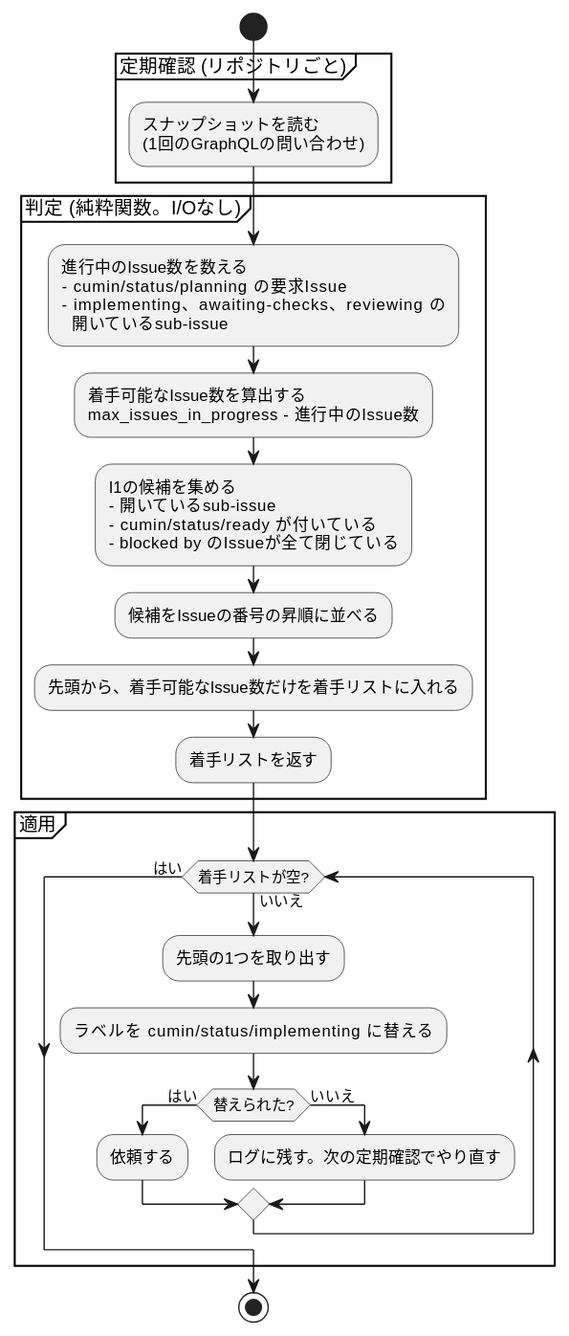
cloveclovedev/cumin-works keeps this PlantUML diagram as docs/ja/designs/poll-decide.svg. Above is the earlier version. Source of this version:
```plantuml
@startuml
skinparam shadowing false
skinparam defaultFontName sans-serif

start
partition "定期確認 (リポジトリごと)" {
  :スナップショットを読む
  (1回のGraphQLの問い合わせ);
}
partition "判定 (純粋関数。I/Oなし)" {
  :進行中のIssue数を数える
  - cumin/status/planning の要求Issue
  - implementing、awaiting-checks、reviewing の
    開いているsub-issue;
  :着手可能なIssue数を算出する
  max_issues_in_progress - 進行中のIssue数;
  :I1の候補を集める
  - 開いているsub-issue
  - cumin/status/ready が付いている
  - blocked by のIssueが全て閉じている;
  :候補をIssueの番号の昇順に並べる;
  :先頭から、着手可能なIssue数だけを着手リストに入れる;
  :着手リストを返す;
}
partition "適用" {
  while (着手リストが空?) is (いいえ)
    :先頭の1つを取り出す;
    :ラベルを cumin/status/implementing に替える;
    if (替えられた?) then (はい)
      :依頼する;
    else (いいえ)
      :ログに残す。次の定期確認でやり直す;
    endif
  endwhile (はい)
}
stop
@enduml
```
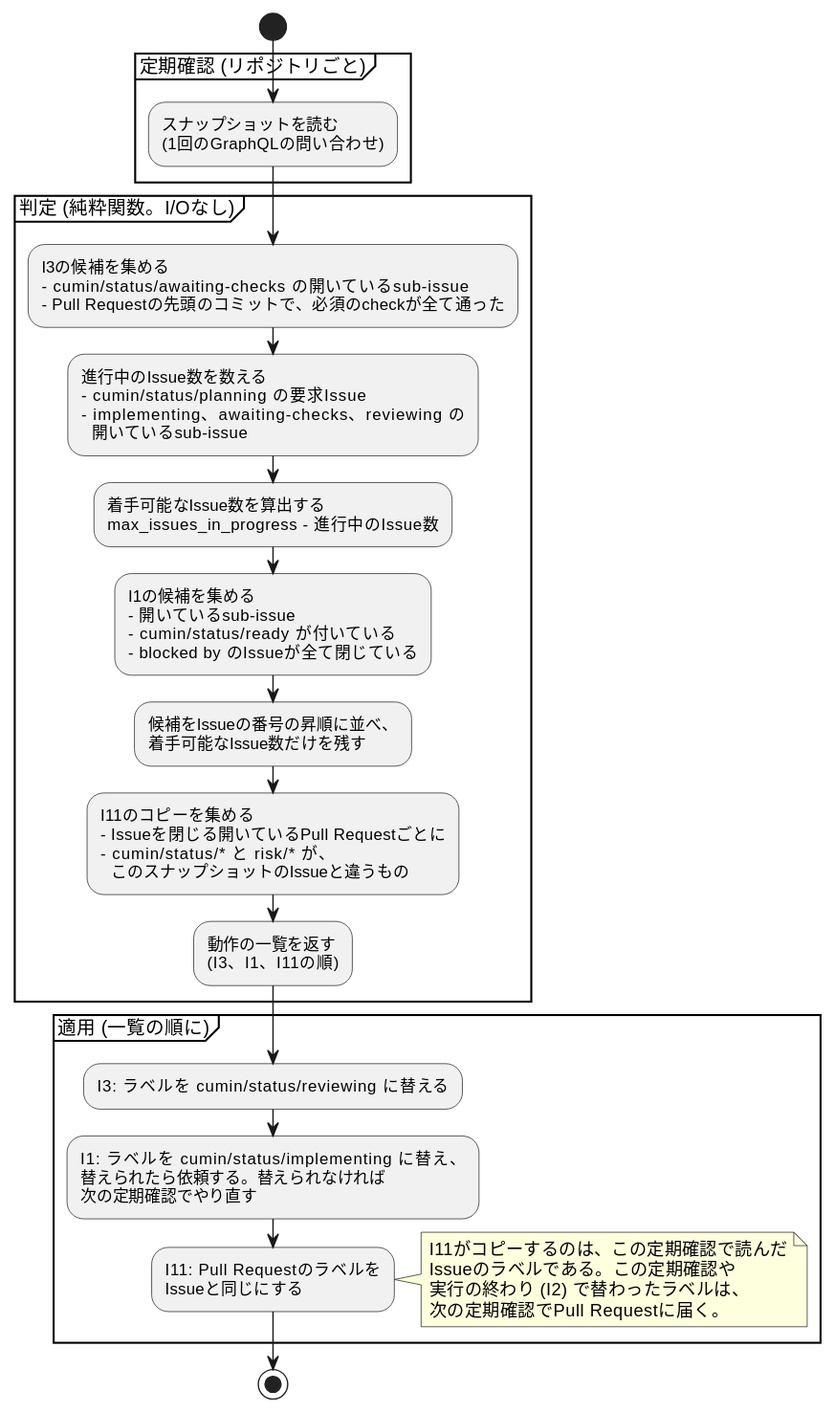
The same diagram one commit later.

Commit message:
feat(workflow): copy the status and risk labels of an issue to its pull request (I11) (#199)

Change to the diagram source:
```diff
@@ -8,6 +8,9 @@
   (1回のGraphQLの問い合わせ);
 }
 partition "判定 (純粋関数。I/Oなし)" {
+  :I3の候補を集める
+  - cumin/status/awaiting-checks の開いているsub-issue
+  - Pull Requestの先頭のコミットで、必須のcheckが全て通った;
   :進行中のIssue数を数える
   - cumin/status/planning の要求Issue
   - implementing、awaiting-checks、reviewing の
@@ -18,20 +21,28 @@
   - 開いているsub-issue
   - cumin/status/ready が付いている
   - blocked by のIssueが全て閉じている;
-  :候補をIssueの番号の昇順に並べる;
-  :先頭から、着手可能なIssue数だけを着手リストに入れる;
-  :着手リストを返す;
+  :候補をIssueの番号の昇順に並べ、
+  着手可能なIssue数だけを残す;
+  :I11のコピーを集める
+  - Issueを閉じる開いているPull Requestごとに
+  - cumin/status/* と risk/* が、
+    このスナップショットのIssueと違うもの;
+  :動作の一覧を返す
+  (I3、I1、I11の順);
 }
-partition "適用" {
-  while (着手リストが空?) is (いいえ)
-    :先頭の1つを取り出す;
-    :ラベルを cumin/status/implementing に替える;
-    if (替えられた?) then (はい)
-      :依頼する;
-    else (いいえ)
-      :ログに残す。次の定期確認でやり直す;
-    endif
-  endwhile (はい)
+partition "適用 (一覧の順に)" {
+  :I3: ラベルを cumin/status/reviewing に替える;
+  :I1: ラベルを cumin/status/implementing に替え、
+  替えられたら依頼する。替えられなければ
+  次の定期確認でやり直す;
+  :I11: Pull Requestのラベルを
+  Issueと同じにする;
 }
+note right
+  I11がコピーするのは、この定期確認で読んだ
+  Issueのラベルである。この定期確認や
+  実行の終わり (I2) で替わったラベルは、
+  次の定期確認でPull Requestに届く。
+end note
 stop
 @enduml
```
